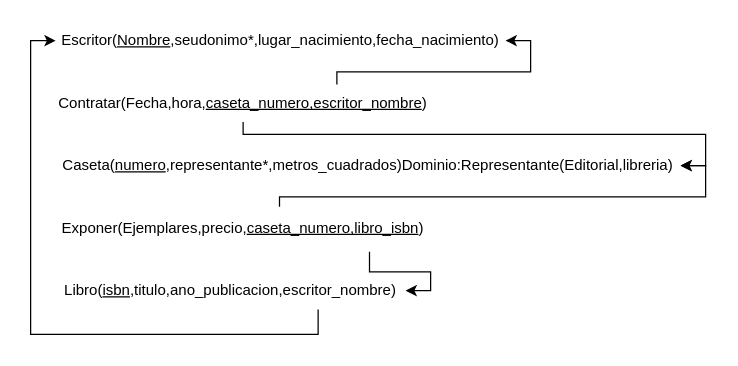
Above: Bases de datos/Evaluacion1/Modelo Relacional/Exercise04_FeriaLibro.drawio in Qv1ko/DAM (draw.io), before the change. Source tidied: cells renumbered, new cells numbered last; positions are measured from the earlier drawing's top-left corner, leaving out a move shared by most shapes. Both pictures are drawn from the tidied source at 125%, with x=0, y=0 at pixel (30, 21).
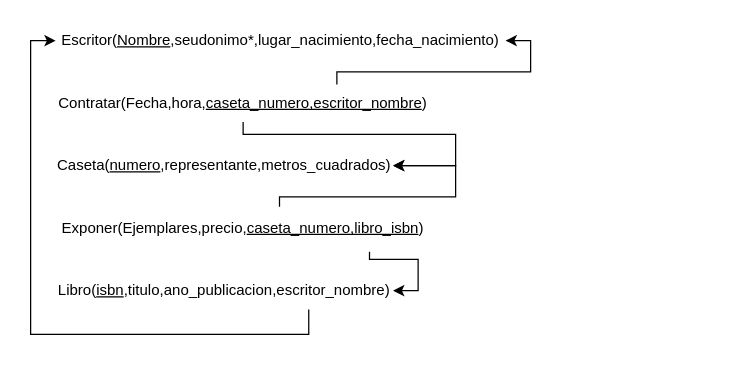
The same page after the edit.

Commit message (it also covers changes not shown here):
Exercise correction.

The change refers to these unchanged cells:
```xml
<mxCell id="2" value="Escritor(&lt;u&gt;Nombre&lt;/u&gt;,seudonimo*,lugar_nacimiento,fecha_nacimiento)" style="text;html=1;strokeColor=none;fillColor=none;align=center;verticalAlign=middle;whiteSpace=wrap;rounded=0;" parent="1" vertex="1">
  <mxGeometry x="20" width="360" height="30" as="geometry" />
</mxCell>
<mxCell id="5" value="Contratar(Fecha,hora,&lt;u&gt;caseta_numero,escritor_nombre&lt;/u&gt;)" style="text;html=1;strokeColor=none;fillColor=none;align=center;verticalAlign=middle;whiteSpace=wrap;rounded=0;" parent="1" vertex="1">
  <mxGeometry x="20" y="50" width="300" height="30" as="geometry" />
</mxCell>
<mxCell id="9" value="Exponer(Ejemplares,precio,&lt;u&gt;caseta_numero,libro_isbn&lt;/u&gt;)" style="text;html=1;strokeColor=none;fillColor=none;align=center;verticalAlign=middle;whiteSpace=wrap;rounded=0;" parent="1" vertex="1">
  <mxGeometry x="20" y="150" width="300" height="30" as="geometry" />
</mxCell>
```

Change to the diagram source:
```diff
@@
     <mxCell id="4" style="edgeStyle=orthogonalEdgeStyle;rounded=0;jettySize=auto;html=1;exitX=0.5;exitY=1;exitDx=0;exitDy=0;entryX=1;entryY=0.5;entryDx=0;entryDy=0;" parent="1" edge="1" source="5" target="6">
       <mxGeometry relative="1" as="geometry">
         <Array as="points">
           <mxPoint x="170" y="90" />
-          <mxPoint x="540" y="90" />
-          <mxPoint x="540" y="115" />
+          <mxPoint x="340" y="90" />
+          <mxPoint x="340" y="115" />
         </Array>
       </mxGeometry>
     </mxCell>
@@
-    <mxCell id="6" value="Caseta(&lt;u&gt;numero&lt;/u&gt;,representante*,metros_cuadrados)Dominio:Representante(Editorial,libreria)" style="text;html=1;strokeColor=none;fillColor=none;align=center;verticalAlign=middle;whiteSpace=wrap;rounded=0;" parent="1" vertex="1">
-      <mxGeometry x="20" y="100" width="500" height="30" as="geometry" />
+    <mxCell id="6" value="Caseta(&lt;u&gt;numero&lt;/u&gt;,representante,metros_cuadrados)" style="text;html=1;strokeColor=none;fillColor=none;align=center;verticalAlign=middle;whiteSpace=wrap;rounded=0;" parent="1" vertex="1">
+      <mxGeometry x="20" y="100" width="270" height="30" as="geometry" />
     </mxCell>
     <mxCell id="7" style="edgeStyle=orthogonalEdgeStyle;rounded=0;jettySize=auto;html=1;exitX=0.597;exitY=-0.067;exitDx=0;exitDy=0;entryX=1;entryY=0.5;entryDx=0;entryDy=0;exitPerimeter=0;" parent="1" edge="1" source="9" target="6">
       <mxGeometry relative="1" as="geometry">
         <Array as="points">
           <mxPoint x="199" y="140" />
-          <mxPoint x="540" y="140" />
-          <mxPoint x="540" y="115" />
+          <mxPoint x="340" y="140" />
+          <mxPoint x="340" y="115" />
         </Array>
       </mxGeometry>
     </mxCell>
     <mxCell id="8" style="edgeStyle=orthogonalEdgeStyle;rounded=0;jettySize=auto;html=1;exitX=0.837;exitY=1.133;exitDx=0;exitDy=0;entryX=1;entryY=0.5;entryDx=0;entryDy=0;exitPerimeter=0;" parent="1" edge="1" source="9" target="11">
-      <mxGeometry relative="1" as="geometry" />
+      <mxGeometry relative="1" as="geometry">
+        <Array as="points">
+          <mxPoint x="271" y="190" />
+          <mxPoint x="310" y="190" />
+          <mxPoint x="310" y="215" />
+        </Array>
+      </mxGeometry>
     </mxCell>
@@
     <mxCell id="10" style="edgeStyle=orthogonalEdgeStyle;rounded=0;jettySize=auto;html=1;exitX=0.75;exitY=1;exitDx=0;exitDy=0;entryX=0;entryY=0.5;entryDx=0;entryDy=0;" parent="1" edge="1" source="11" target="2">
       <mxGeometry relative="1" as="geometry">
         <Array as="points">
-          <mxPoint x="230" y="250" />
+          <mxPoint x="223" y="250" />
           <mxPoint y="250" />
           <mxPoint y="15" />
         </Array>
       </mxGeometry>
     </mxCell>
     <mxCell id="11" value="Libro(&lt;u&gt;isbn&lt;/u&gt;,titulo,ano_publicacion,escritor_nombre)" style="text;html=1;strokeColor=none;fillColor=none;align=center;verticalAlign=middle;whiteSpace=wrap;rounded=0;" parent="1" vertex="1">
-      <mxGeometry x="20" y="200" width="280" height="30" as="geometry" />
+      <mxGeometry x="20" y="200" width="270" height="30" as="geometry" />
     </mxCell>
```
